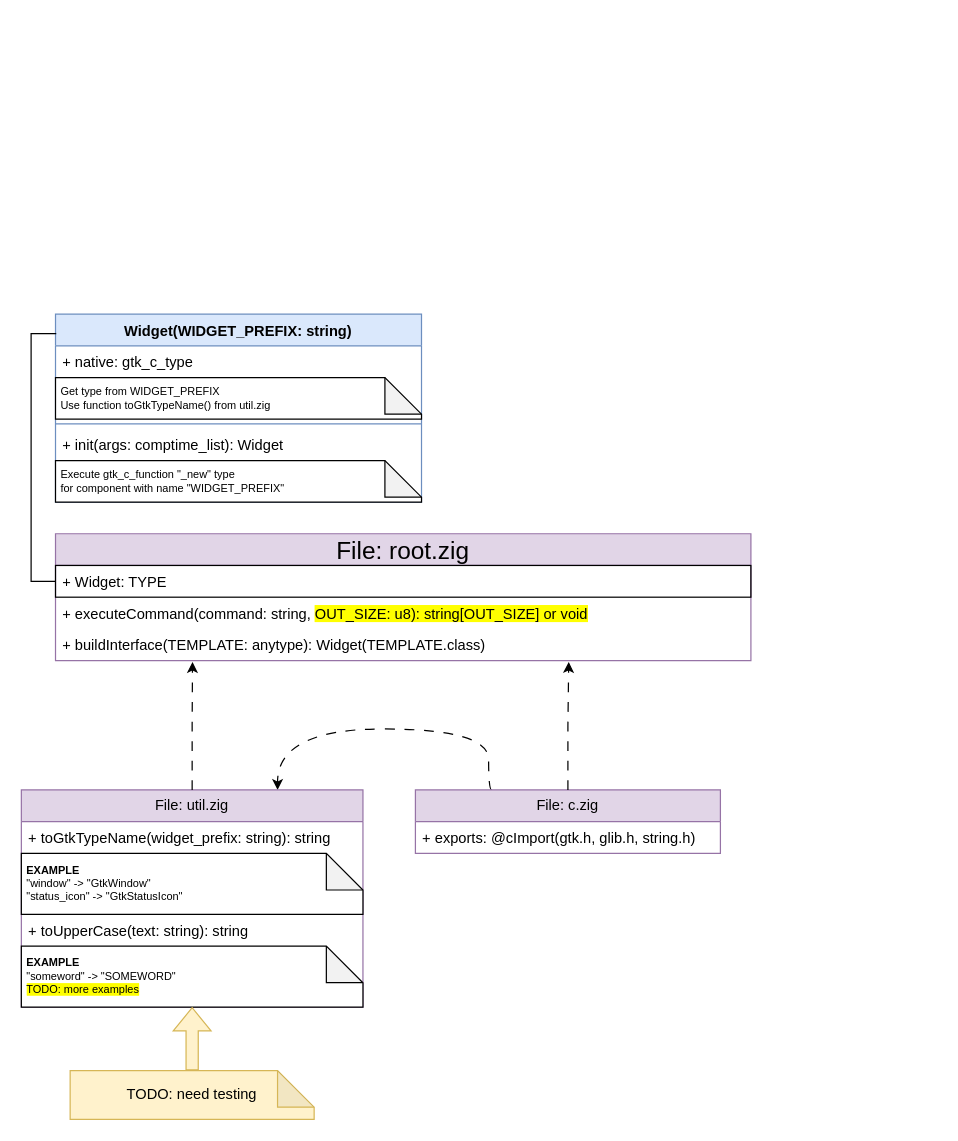
Above: dev/zgtk3.drawio in olexij-christian/zgtk3 (draw.io), before the change. Source tidied: cells renumbered, new cells numbered last; positions are measured from the earlier drawing's top-left corner, leaving out a move shared by most shapes. Both pictures are drawn from the tidied source at 122%, with x=0, y=0 at pixel (21, 314).
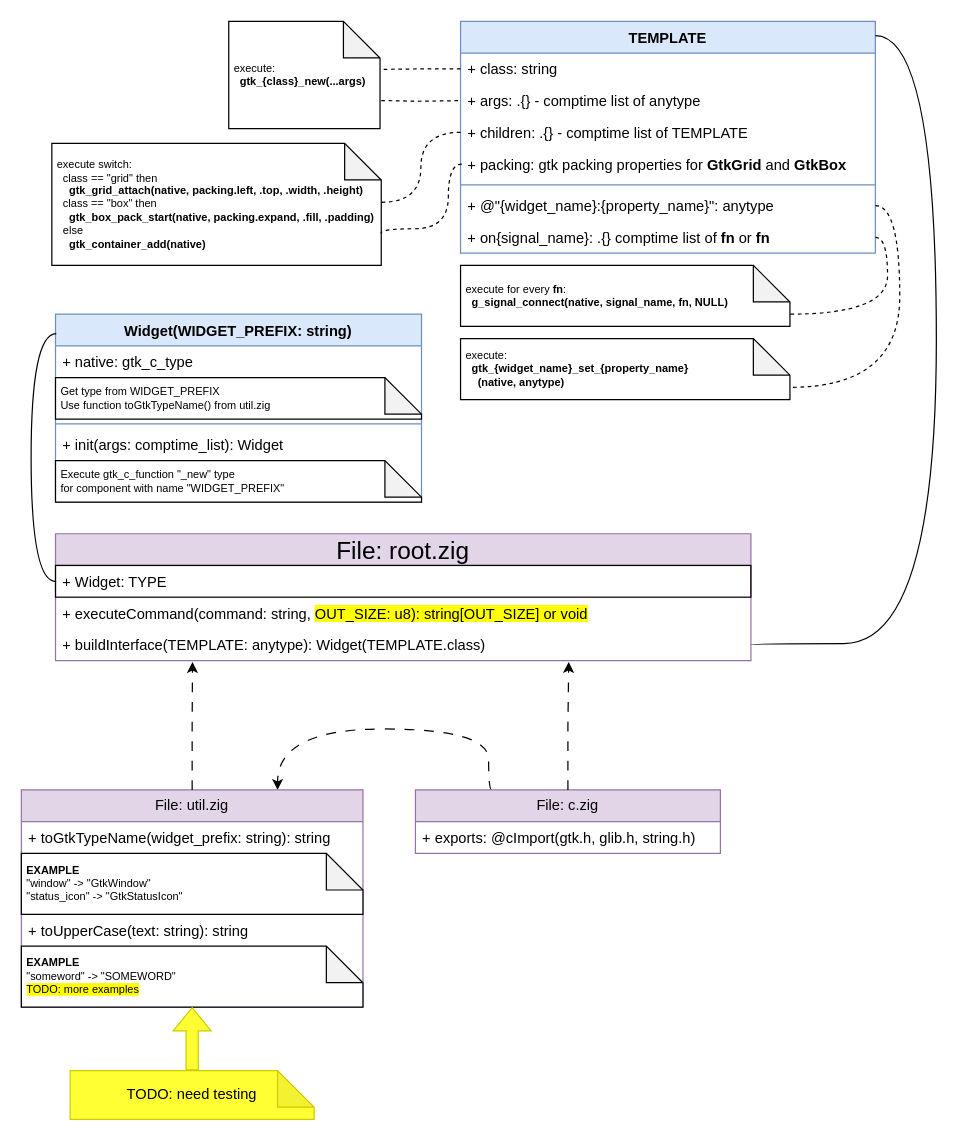
The same diagram, later.

The change refers to these unchanged cells:
```xml
<mxCell id="9" value="&lt;div&gt;&amp;nbsp;&lt;b&gt;EXAMPLE&lt;/b&gt;&lt;/div&gt;&lt;div&gt;&amp;nbsp;&quot;someword&quot; -&amp;gt; &quot;SOMEWORD&quot;&lt;/div&gt;&lt;div&gt;&amp;nbsp;&lt;span style=&quot;background-color: rgb(255, 255, 0);&quot;&gt;&lt;span style=&quot;background-color: rgb(255, 255, 0);&quot;&gt;TODO: more examples&lt;/span&gt;&lt;/span&gt;&lt;br&gt;&lt;/div&gt;" style="shape=note;whiteSpace=wrap;html=1;backgroundOutline=1;darkOpacity=0.05;fontSize=9;align=left;" parent="5" vertex="1">
  <mxGeometry y="128" width="280" height="50" as="geometry" />
</mxCell>
<mxCell id="13" value="+ Widget: TYPE" style="text;align=left;verticalAlign=top;spacingLeft=4;spacingRight=4;overflow=hidden;points=[[0,0.5],[1,0.5]];portConstraint=eastwest;whiteSpace=wrap;html=1;strokeColor=default;" parent="12" vertex="1">
  <mxGeometry y="26" width="570" height="26" as="geometry" />
</mxCell>
<mxCell id="15" value="+ buildInterface(TEMPLATE: anytype): Widget(TEMPLATE.class)&lt;span style=&quot;background-color: rgb(255, 255, 0);&quot;&gt;&lt;span style=&quot;background-color: rgb(255, 255, 0);&quot;&gt;&lt;br&gt;&lt;/span&gt;&lt;/span&gt;" style="text;align=left;verticalAlign=top;spacingLeft=4;spacingRight=4;overflow=hidden;points=[[0,0.5],[1,0.5]];portConstraint=eastwest;whiteSpace=wrap;html=1;" parent="12" vertex="1">
  <mxGeometry y="78" width="570" height="26" as="geometry" />
</mxCell>
<mxCell id="16" value="Widget(WIDGET_PREFIX: string)" style="swimlane;fontStyle=1;align=center;verticalAlign=top;horizontal=1;startSize=26;whiteSpace=wrap;html=1;fillColor=#dae8fc;strokeColor=#6c8ebf;" parent="1" vertex="1">
  <mxGeometry x="28" width="300" height="154" as="geometry" />
</mxCell>
```

The edit, as a diff of the source:
```diff
@@
-    <mxCell id="10" value="TODO: need testing" style="shape=note;whiteSpace=wrap;html=1;backgroundOutline=1;darkOpacity=0.05;fillColor=#fff2cc;strokeColor=#d6b656;" parent="1" vertex="1">
+    <mxCell id="10" value="TODO: need testing" style="shape=note;whiteSpace=wrap;html=1;backgroundOutline=1;darkOpacity=0.05;fillColor=#FFFF33;strokeColor=#CCCC00;" parent="1" vertex="1">
       <mxGeometry x="40" y="620" width="200" height="40" as="geometry" />
     </mxCell>
-    <mxCell id="11" style="edgeStyle=orthogonalEdgeStyle;rounded=0;jettySize=auto;html=1;exitX=0.5;exitY=0;exitDx=0;exitDy=0;exitPerimeter=0;entryX=0.5;entryY=1;entryDx=0;entryDy=0;entryPerimeter=0;shape=flexArrow;fillColor=#fff2cc;strokeColor=#d6b656;" parent="1" edge="1" source="10" target="9">
+    <mxCell id="11" style="edgeStyle=orthogonalEdgeStyle;rounded=0;jettySize=auto;html=1;exitX=0.5;exitY=0;exitDx=0;exitDy=0;exitPerimeter=0;entryX=0.5;entryY=1;entryDx=0;entryDy=0;entryPerimeter=0;shape=flexArrow;fillColor=#FFFF33;strokeColor=#CCCC00;" parent="1" edge="1" source="10" target="9">
       <mxGeometry relative="1" as="geometry" />
     </mxCell>
@@
-    <mxCell id="24" style="edgeStyle=orthogonalEdgeStyle;rounded=0;jettySize=auto;html=1;exitX=0;exitY=0.5;exitDx=0;exitDy=0;entryX=0.002;entryY=0.104;entryDx=0;entryDy=0;entryPerimeter=0;endArrow=none;endFill=0;" parent="1" edge="1" source="13" target="16">
+    <mxCell id="24" style="edgeStyle=orthogonalEdgeStyle;rounded=0;jettySize=auto;html=1;exitX=0;exitY=0.5;exitDx=0;exitDy=0;entryX=0.002;entryY=0.104;entryDx=0;entryDy=0;entryPerimeter=0;endArrow=none;endFill=0;curved=1;" parent="1" edge="1" source="13" target="16">
       <mxGeometry relative="1" as="geometry" />
     </mxCell>
+    <mxCell id="25" value="TEMPLATE" style="swimlane;fontStyle=1;align=center;verticalAlign=top;horizontal=1;startSize=26;whiteSpace=wrap;html=1;fillColor=#dae8fc;strokeColor=#6c8ebf;" parent="1" vertex="1">
+      <mxGeometry x="360" y="-240" width="340" height="190" as="geometry" />
+    </mxCell>
+    <mxCell id="26" value="+ class: string" style="text;strokeColor=none;fillColor=none;align=left;verticalAlign=top;spacingLeft=4;spacingRight=4;overflow=hidden;points=[[0,0.5],[1,0.5]];portConstraint=eastwest;whiteSpace=wrap;html=1;" parent="25" vertex="1">
+      <mxGeometry y="26" width="340" height="26" as="geometry" />
+    </mxCell>
+    <mxCell id="27" value="+ args: .{} - comptime list of anytype" style="text;strokeColor=none;fillColor=none;align=left;verticalAlign=top;spacingLeft=4;spacingRight=4;overflow=hidden;whiteSpace=wrap;html=1;" parent="25" vertex="1">
+      <mxGeometry y="52" width="340" height="26" as="geometry" />
+    </mxCell>
+    <mxCell id="28" value="+ children: .{} - comptime list of TEMPLATE" style="text;strokeColor=none;fillColor=none;align=left;verticalAlign=top;spacingLeft=4;spacingRight=4;overflow=hidden;points=[[0,0.5],[1,0.5]];portConstraint=eastwest;whiteSpace=wrap;html=1;" parent="25" vertex="1">
+      <mxGeometry y="78" width="340" height="26" as="geometry" />
+    </mxCell>
+    <mxCell id="29" value="+ packing: gtk packing properties for &lt;b&gt;GtkGrid&lt;/b&gt;&amp;nbsp;and &lt;b&gt;GtkBox&lt;/b&gt;" style="text;strokeColor=none;fillColor=none;align=left;verticalAlign=top;spacingLeft=4;spacingRight=4;overflow=hidden;whiteSpace=wrap;html=1;" parent="25" vertex="1">
+      <mxGeometry y="104" width="340" height="26" as="geometry" />
+    </mxCell>
+    <mxCell id="30" style="line;strokeWidth=1;fillColor=none;align=left;verticalAlign=middle;spacingTop=-1;spacingLeft=3;spacingRight=3;labelPosition=right;strokeColor=inherit;" parent="25" vertex="1">
+      <mxGeometry y="130" width="340" height="8" as="geometry" />
+    </mxCell>
+    <mxCell id="31" value="+ @&quot;{widget_name}:{property_name}&quot;: anytype" style="text;strokeColor=none;fillColor=none;align=left;verticalAlign=top;spacingLeft=4;spacingRight=4;overflow=hidden;points=[[0,0.5],[1,0.5]];portConstraint=eastwest;whiteSpace=wrap;html=1;" parent="25" vertex="1">
+      <mxGeometry y="138" width="340" height="26" as="geometry" />
+    </mxCell>
+    <mxCell id="32" value="+ on{signal_name}: .{} comptime list of &lt;b&gt;fn&lt;/b&gt; or &lt;b&gt;fn&lt;/b&gt;" style="text;strokeColor=none;fillColor=none;align=left;verticalAlign=top;spacingLeft=4;spacingRight=4;overflow=hidden;points=[[0,0.5],[1,0.5]];portConstraint=eastwest;whiteSpace=wrap;html=1;" parent="25" vertex="1">
+      <mxGeometry y="164" width="340" height="26" as="geometry" />
+    </mxCell>
+    <mxCell id="33" value="&lt;div&gt;&amp;nbsp;execute:&lt;/div&gt;&lt;div&gt;&amp;nbsp; &amp;nbsp;&lt;b&gt;gtk_{class}_new(...args)&lt;/b&gt;&lt;/div&gt;" style="shape=note;whiteSpace=wrap;html=1;backgroundOutline=1;darkOpacity=0.05;fontSize=9;align=left;" parent="1" vertex="1">
+      <mxGeometry x="170" y="-240" width="124" height="88" as="geometry" />
+    </mxCell>
+    <mxCell id="34" style="edgeStyle=orthogonalEdgeStyle;rounded=0;jettySize=auto;html=1;exitX=0;exitY=0.5;exitDx=0;exitDy=0;entryX=1.003;entryY=0.447;entryDx=0;entryDy=0;entryPerimeter=0;endArrow=none;startFill=0;dashed=1;" parent="1" edge="1" source="26" target="33">
+      <mxGeometry relative="1" as="geometry" />
+    </mxCell>
+    <mxCell id="35" style="edgeStyle=orthogonalEdgeStyle;rounded=0;orthogonalLoop=1;jettySize=auto;html=1;exitX=0;exitY=0.5;exitDx=0;exitDy=0;entryX=1.018;entryY=0.738;entryDx=0;entryDy=0;entryPerimeter=0;endArrow=none;startFill=0;dashed=1;" parent="1" edge="1">
+      <mxGeometry relative="1" as="geometry">
+        <mxPoint x="358" y="-175" as="sourcePoint" />
+        <mxPoint x="293.9" y="-175.1" as="targetPoint" />
+      </mxGeometry>
+    </mxCell>
+    <mxCell id="36" value="&lt;div&gt;&amp;nbsp;execute switch:&lt;/div&gt;&lt;div&gt;&amp;nbsp; &amp;nbsp;class == &quot;grid&quot; then&lt;/div&gt;&lt;div&gt;&amp;nbsp; &amp;nbsp; &amp;nbsp;&lt;b&gt;gtk_grid_attach(native, packing.left, .top, .width, .height)&lt;/b&gt;&lt;/div&gt;&lt;div&gt;&lt;b&gt;&amp;nbsp; &amp;nbsp;&lt;/b&gt;class == &quot;box&quot; then&lt;/div&gt;&lt;div&gt;&amp;nbsp; &amp;nbsp; &amp;nbsp;&lt;b&gt;gtk_box_pack_start(native, packing.expand, .fill, .padding)&lt;/b&gt;&lt;/div&gt;&lt;div&gt;&lt;b&gt;&amp;nbsp; &amp;nbsp;&lt;/b&gt;else&lt;/div&gt;&lt;div&gt;&lt;/div&gt;&amp;nbsp; &amp;nbsp; &amp;nbsp;&lt;b&gt;gtk_container_add(native)&lt;/b&gt;" style="shape=note;whiteSpace=wrap;html=1;backgroundOutline=1;darkOpacity=0.05;fontSize=9;align=left;" parent="1" vertex="1">
+      <mxGeometry x="25" y="-140" width="270" height="100" as="geometry" />
+    </mxCell>
+    <mxCell id="37" style="rounded=0;jettySize=auto;html=1;exitX=0;exitY=0.5;exitDx=0;exitDy=0;entryX=1.001;entryY=0.483;entryDx=0;entryDy=0;entryPerimeter=0;edgeStyle=orthogonalEdgeStyle;curved=1;endArrow=none;startFill=0;dashed=1;" parent="1" edge="1" source="28" target="36">
+      <mxGeometry relative="1" as="geometry" />
+    </mxCell>
+    <mxCell id="38" style="edgeStyle=orthogonalEdgeStyle;rounded=0;orthogonalLoop=1;jettySize=auto;html=1;exitX=0;exitY=0.5;exitDx=0;exitDy=0;entryX=0.995;entryY=0.739;entryDx=0;entryDy=0;entryPerimeter=0;curved=1;endArrow=none;startFill=0;dashed=1;" parent="1" edge="1">
+      <mxGeometry relative="1" as="geometry">
+        <mxPoint x="361" y="-123" as="sourcePoint" />
+        <mxPoint x="294.7" y="-66.1" as="targetPoint" />
+        <Array as="points">
+          <mxPoint x="350" y="-123" />
+          <mxPoint x="350" y="-70" />
+          <mxPoint x="295" y="-70" />
+        </Array>
+      </mxGeometry>
+    </mxCell>
+    <mxCell id="39" value="&lt;div&gt;&amp;nbsp;execute:&lt;/div&gt;&lt;div&gt;&amp;nbsp; &amp;nbsp;&lt;b&gt;gtk_{widget_name}_set_{property_name}&lt;/b&gt;&lt;/div&gt;&lt;div&gt;&lt;b&gt;&amp;nbsp; &amp;nbsp; &amp;nbsp;(native, anytype)&lt;/b&gt;&lt;/div&gt;" style="shape=note;whiteSpace=wrap;html=1;backgroundOutline=1;darkOpacity=0.05;fontSize=9;align=left;" parent="1" vertex="1">
+      <mxGeometry x="360" y="20" width="270" height="50" as="geometry" />
+    </mxCell>
+    <mxCell id="40" value="&lt;div&gt;&amp;nbsp;execute for every &lt;b&gt;fn&lt;/b&gt;:&lt;/div&gt;&lt;div&gt;&amp;nbsp; &amp;nbsp;&lt;b&gt;g_signal_connect(native, signal_name, fn, NULL)&lt;/b&gt;&lt;/div&gt;" style="shape=note;whiteSpace=wrap;html=1;backgroundOutline=1;darkOpacity=0.05;fontSize=9;align=left;" parent="1" vertex="1">
+      <mxGeometry x="360" y="-40" width="270" height="50" as="geometry" />
+    </mxCell>
+    <mxCell id="41" style="edgeStyle=orthogonalEdgeStyle;rounded=0;jettySize=auto;html=1;exitX=1;exitY=0.5;exitDx=0;exitDy=0;entryX=0;entryY=0;entryDx=270;entryDy=40;entryPerimeter=0;curved=1;endArrow=none;startFill=0;dashed=1;" parent="1" edge="1" source="31" target="39">
+      <mxGeometry relative="1" as="geometry" />
+    </mxCell>
+    <mxCell id="42" style="edgeStyle=orthogonalEdgeStyle;rounded=0;jettySize=auto;html=1;exitX=1;exitY=0.5;exitDx=0;exitDy=0;entryX=0;entryY=0;entryDx=270;entryDy=40;entryPerimeter=0;curved=1;endArrow=none;startFill=0;dashed=1;" parent="1" edge="1" source="32" target="40">
+      <mxGeometry relative="1" as="geometry">
+        <Array as="points">
+          <mxPoint x="710" y="-63" />
+          <mxPoint x="710" />
+        </Array>
+      </mxGeometry>
+    </mxCell>
+    <mxCell id="43" style="rounded=0;jettySize=auto;html=1;exitX=1;exitY=0.5;exitDx=0;exitDy=0;entryX=1;entryY=0.062;entryDx=0;entryDy=0;entryPerimeter=0;edgeStyle=orthogonalEdgeStyle;curved=1;endArrow=none;startFill=0;" parent="1" edge="1" source="15" target="25">
+      <mxGeometry relative="1" as="geometry">
+        <Array as="points">
+          <mxPoint x="750" y="270" />
+          <mxPoint x="750" y="-228" />
+        </Array>
+      </mxGeometry>
+    </mxCell>
```
